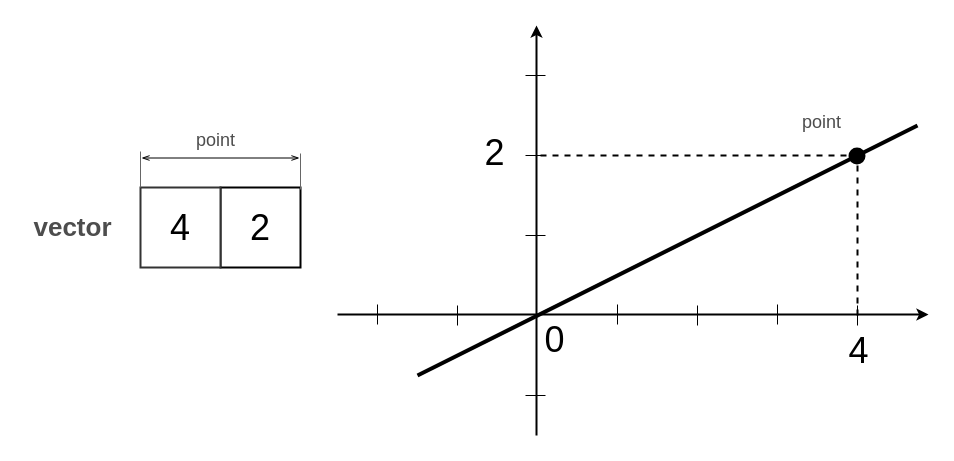
Earlier version of the draw.io diagram page "LinePointCentered" (8 of 17) of doc/img/MathModels.drawio (Wandalen/wMathModels). Source tidied: cells renumbered, new cells numbered last; positions are measured from the earlier drawing's top-left corner, leaving out a move shared by most shapes. Both pictures are drawn from the tidied source at 100%, with x=0, y=0 at pixel (17, 25).
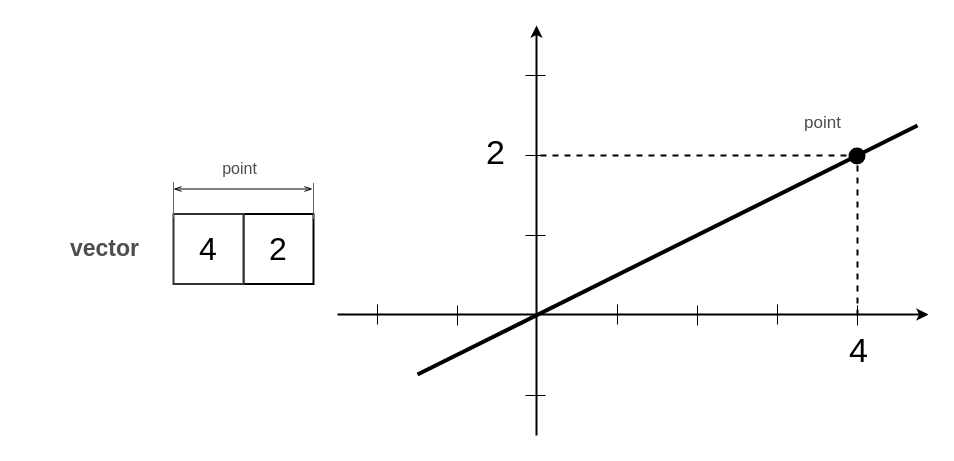
The same page after the edit.

What changed in the source:
```diff
@@
-    <mxCell id="3" value="2" style="whiteSpace=wrap;html=1;strokeWidth=2;fontSize=36;strokeColor=#000000;fillColor=#FFFFFF;" parent="1" vertex="1">
-      <mxGeometry x="203" y="162" width="80" height="80" as="geometry" />
-    </mxCell>
-    <mxCell id="4" value="vector" style="text;html=1;align=center;verticalAlign=middle;fontSize=26;fontColor=#4D4D4D;fontStyle=1;" parent="1" vertex="1">
-      <mxGeometry y="182" width="110" height="40" as="geometry" />
-    </mxCell>
-    <mxCell id="5" value="4" style="whiteSpace=wrap;html=1;strokeWidth=2;fontSize=36;fillColor=#FFFFFF;strokeColor=#333333;" parent="1" vertex="1">
-      <mxGeometry x="123" y="162" width="80" height="80" as="geometry" />
-    </mxCell>
-    <mxCell id="6" style="endArrow=none;html=1;strokeColor=#666666;strokeWidth=1;fontSize=26;fontColor=#333333;exitX=0;exitY=0;exitDx=0;exitDy=0;" parent="1" edge="1">
-      <mxGeometry relative="1" as="geometry">
-        <mxPoint x="123" y="162" as="sourcePoint" />
-        <mxPoint x="123" y="126" as="targetPoint" />
-      </mxGeometry>
-    </mxCell>
@@
-    <mxCell id="8" value="&lt;font style=&quot;font-size: 36px&quot;&gt;2&lt;/font&gt;" style="text;html=1;align=center;verticalAlign=middle;" parent="1" vertex="1">
-      <mxGeometry x="457" y="112" width="40" height="30" as="geometry" />
+    <mxCell id="8" value="&lt;font style=&quot;font-size: 34px;&quot;&gt;2&lt;/font&gt;" style="text;html=1;align=center;verticalAlign=middle;fontSize=34;" parent="1" vertex="1">
+      <mxGeometry x="461" y="104" width="33" height="46" as="geometry" />
     </mxCell>
@@
-    <mxCell id="10" style="endArrow=openThin;startArrow=openThin;html=1;strokeColor=#000000;strokeWidth=1;fontSize=26;fontColor=#333333;startFill=0;endFill=0;" parent="1" edge="1">
-      <mxGeometry relative="1" as="geometry">
-        <mxPoint x="124" y="132.5" as="sourcePoint" />
-        <mxPoint x="282" y="132.5" as="targetPoint" />
-      </mxGeometry>
-    </mxCell>
-    <mxCell id="11" style="endArrow=none;html=1;strokeColor=#666666;strokeWidth=1;fontSize=26;fontColor=#333333;exitX=0;exitY=0;exitDx=0;exitDy=0;" parent="1" edge="1">
-      <mxGeometry relative="1" as="geometry">
-        <mxPoint x="283" y="164" as="sourcePoint" />
-        <mxPoint x="283" y="128" as="targetPoint" />
-      </mxGeometry>
-    </mxCell>
-    <mxCell id="12" value="point" style="text;html=1;align=center;verticalAlign=middle;fontSize=18;fontColor=#4D4D4D;" parent="1" vertex="1">
-      <mxGeometry x="168" y="100" width="60" height="30" as="geometry" />
-    </mxCell>
     <mxCell id="13" style="endArrow=none;html=1;strokeWidth=4;endFill=0;" parent="1" edge="1">
       <mxGeometry relative="1" as="geometry">
-        <mxPoint x="400" y="350" as="sourcePoint" />
+        <mxPoint x="400" y="349" as="sourcePoint" />
         <mxPoint x="900" y="100" as="targetPoint" />
       </mxGeometry>
     </mxCell>
@@
-    <mxCell id="22" value="&lt;font style=&quot;font-size: 36px&quot;&gt;0&lt;/font&gt;" style="text;html=1;align=center;verticalAlign=middle;" parent="1" vertex="1">
-      <mxGeometry x="517" y="299" width="40" height="30" as="geometry" />
-    </mxCell>
-    <mxCell id="23" value="&lt;font style=&quot;font-size: 36px&quot;&gt;4&lt;/font&gt;" style="text;html=1;align=center;verticalAlign=middle;" parent="1" vertex="1">
-      <mxGeometry x="820.5" y="310" width="40" height="30" as="geometry" />
+    <mxCell id="23" value="&lt;font style=&quot;font-size: 34px;&quot;&gt;4&lt;/font&gt;" style="text;html=1;align=center;verticalAlign=middle;fontSize=34;" parent="1" vertex="1">
+      <mxGeometry x="824.5" y="302" width="33" height="46" as="geometry" />
     </mxCell>
@@
-    <mxCell id="28" value="point" style="text;html=1;align=center;verticalAlign=middle;fontSize=18;fontColor=#4D4D4D;" parent="1" vertex="1">
-      <mxGeometry x="774" y="82" width="60" height="30" as="geometry" />
+    <mxCell id="28" value="point" style="text;html=1;align=center;verticalAlign=middle;fontSize=17;fontColor=#4D4D4D;" parent="1" vertex="1">
+      <mxGeometry x="777" y="85" width="55" height="25" as="geometry" />
     </mxCell>
+    <mxCell id="3" value="2" style="whiteSpace=wrap;html=1;strokeWidth=2;fontSize=32;strokeColor=#000000;fillColor=#FFFFFF;" parent="1" vertex="1">
+      <mxGeometry x="226" y="188.5" width="70" height="70" as="geometry" />
+    </mxCell>
+    <mxCell id="4" value="vector" style="text;html=1;align=center;verticalAlign=middle;fontSize=23;fontColor=#4D4D4D;fontStyle=1;" parent="1" vertex="1">
+      <mxGeometry x="37" y="208" width="100" height="30" as="geometry" />
+    </mxCell>
+    <mxCell id="12" value="point" style="text;html=1;align=center;verticalAlign=middle;fontSize=16;fontColor=#4D4D4D;" parent="1" vertex="1">
+      <mxGeometry x="196" y="131" width="52" height="24" as="geometry" />
+    </mxCell>
+    <mxCell id="5" value="4" style="whiteSpace=wrap;html=1;strokeWidth=2;fontSize=32;fillColor=#FFFFFF;strokeColor=#333333;" parent="1" vertex="1">
+      <mxGeometry x="156" y="188.5" width="70" height="70" as="geometry" />
+    </mxCell>
+    <mxCell id="29" style="endArrow=openThin;startArrow=openThin;html=1;strokeColor=#000000;strokeWidth=1;fontSize=26;fontColor=#333333;startFill=0;endFill=0;" parent="1" edge="1">
+      <mxGeometry relative="1" as="geometry">
+        <mxPoint x="156" y="163.5" as="sourcePoint" />
+        <mxPoint x="295" y="163.5" as="targetPoint" />
+      </mxGeometry>
+    </mxCell>
+    <mxCell id="30" style="endArrow=none;html=1;strokeColor=#666666;strokeWidth=1;fontSize=26;fontColor=#333333;exitX=0;exitY=0;exitDx=0;exitDy=0;" parent="1" edge="1">
+      <mxGeometry relative="1" as="geometry">
+        <mxPoint x="156" y="192.5" as="sourcePoint" />
+        <mxPoint x="156" y="156.5" as="targetPoint" />
+      </mxGeometry>
+    </mxCell>
+    <mxCell id="31" style="endArrow=none;html=1;strokeColor=#666666;strokeWidth=1;fontSize=26;fontColor=#333333;exitX=0;exitY=0;exitDx=0;exitDy=0;" parent="1" edge="1">
+      <mxGeometry relative="1" as="geometry">
+        <mxPoint x="296" y="193.5" as="sourcePoint" />
+        <mxPoint x="296" y="157.5" as="targetPoint" />
+      </mxGeometry>
+    </mxCell>
```
